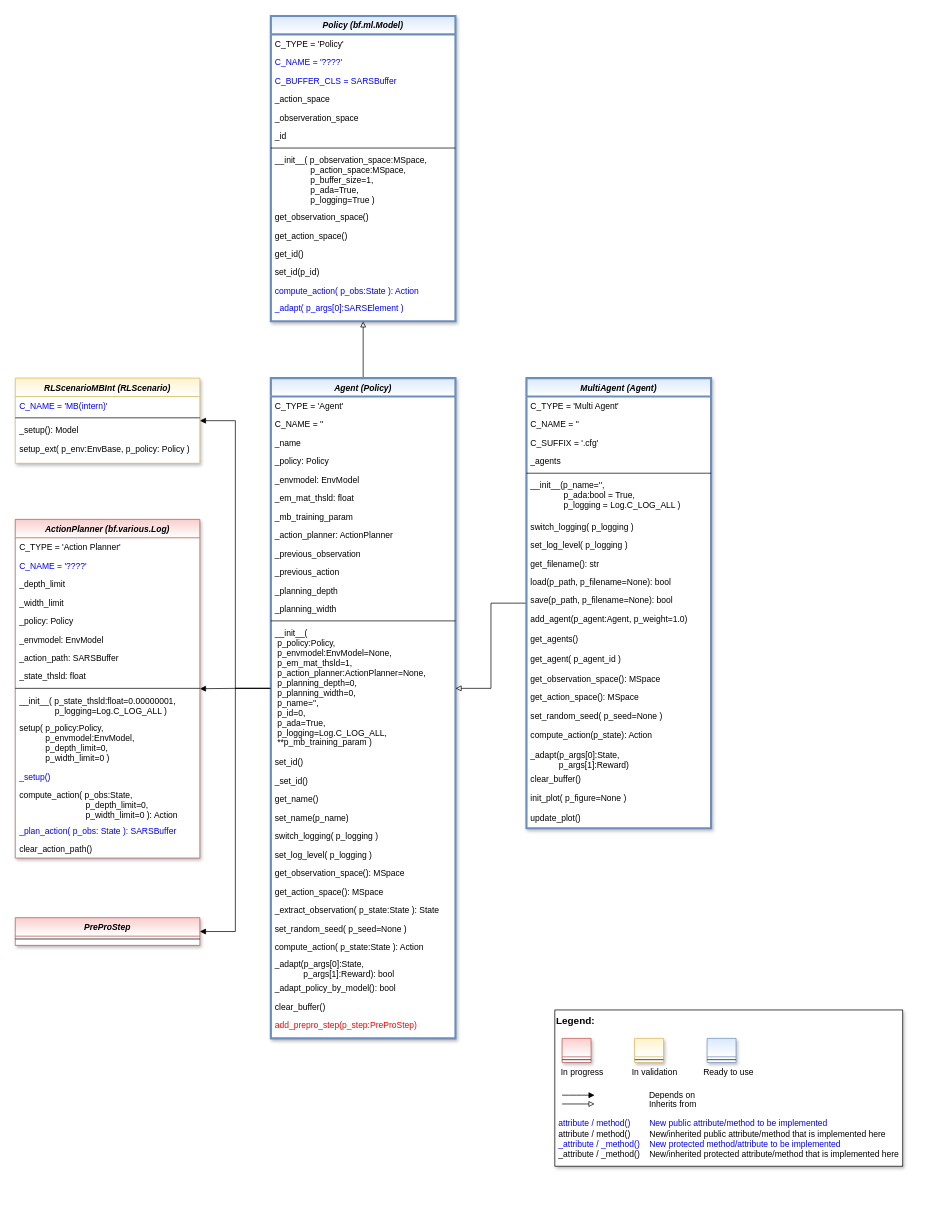
Above: doc/rtd/content/append2/core/images/rl/03_agents/MLPro-RL-Agents_class_diagram.drawio in fhswf/MLPro (draw.io), before the change. Source tidied: cells renumbered, new cells numbered last; positions are measured from the earlier drawing's top-left corner, leaving out a move shared by most shapes. Both pictures are drawn from the tidied source at 71%, with x=0, y=0 at pixel (15, 16).
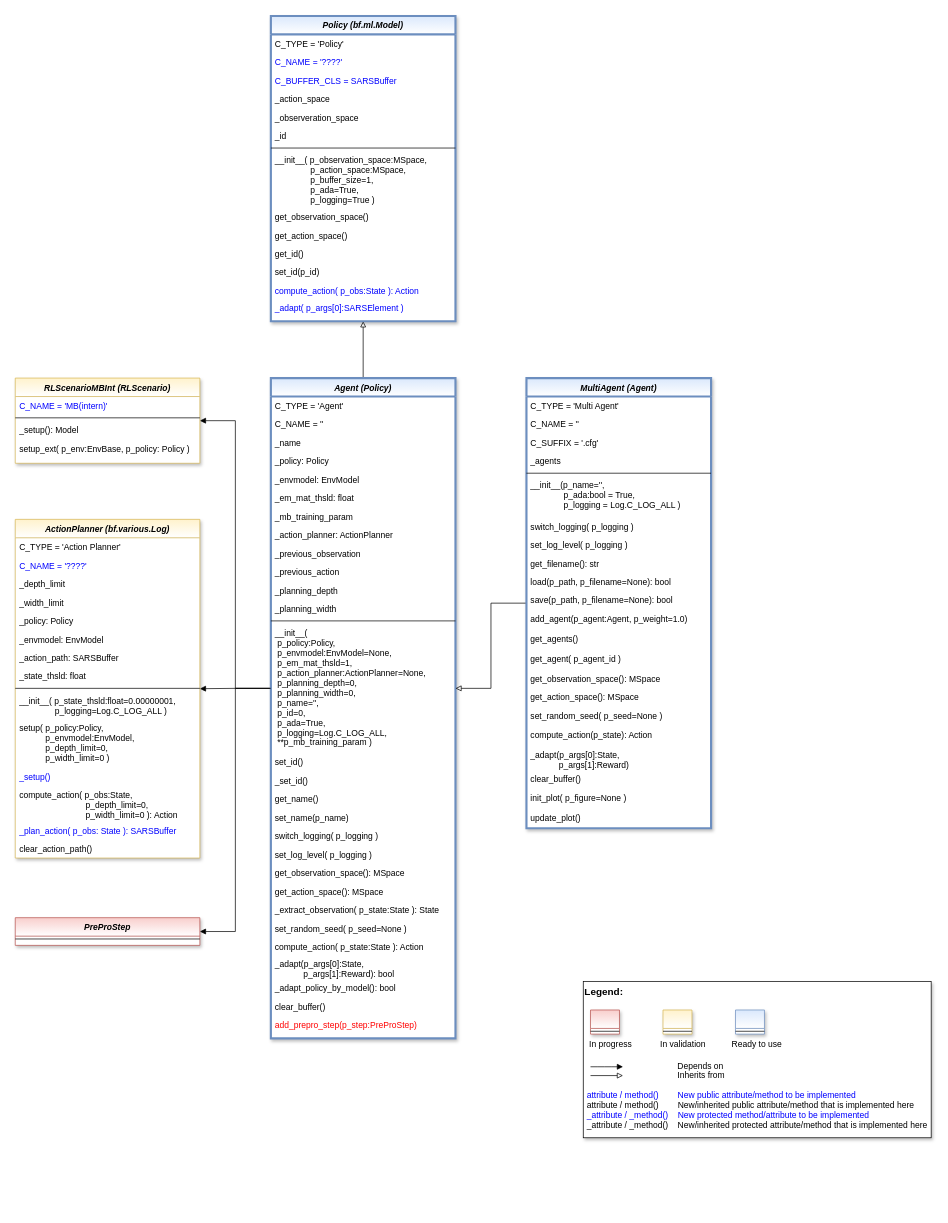
The same page after the edit.

Commit message (it also covers changes not shown here):
RL: Agent class diag updated

Diff of the diagram source:
```diff
@@
-    <mxCell id="76" value="ActionPlanner (bf.various.Log)" style="swimlane;fontStyle=3;align=center;verticalAlign=top;horizontal=1;startSize=26;rounded=0;shadow=1;strokeWidth=1;fillColor=#f8cecc;strokeColor=#b85450;swimlaneFillColor=#ffffff;gradientColor=#ffffff;" parent="1" vertex="1">
+    <mxCell id="76" value="ActionPlanner (bf.various.Log)" style="swimlane;fontStyle=3;align=center;verticalAlign=top;horizontal=1;startSize=26;rounded=0;shadow=1;strokeWidth=1;fillColor=#fff2cc;strokeColor=#d6b656;swimlaneFillColor=#ffffff;gradientColor=#ffffff;" parent="1" vertex="1">
       <mxGeometry y="709" width="260" height="477" as="geometry" />
     </mxCell>
@@
     <mxCell id="92" style="group;" parent="1" vertex="1">
-      <mxGeometry x="760" y="1400" width="490" height="220" as="geometry" />
+      <mxGeometry x="800" y="1360" width="490" height="220" as="geometry" />
     </mxCell>
```
